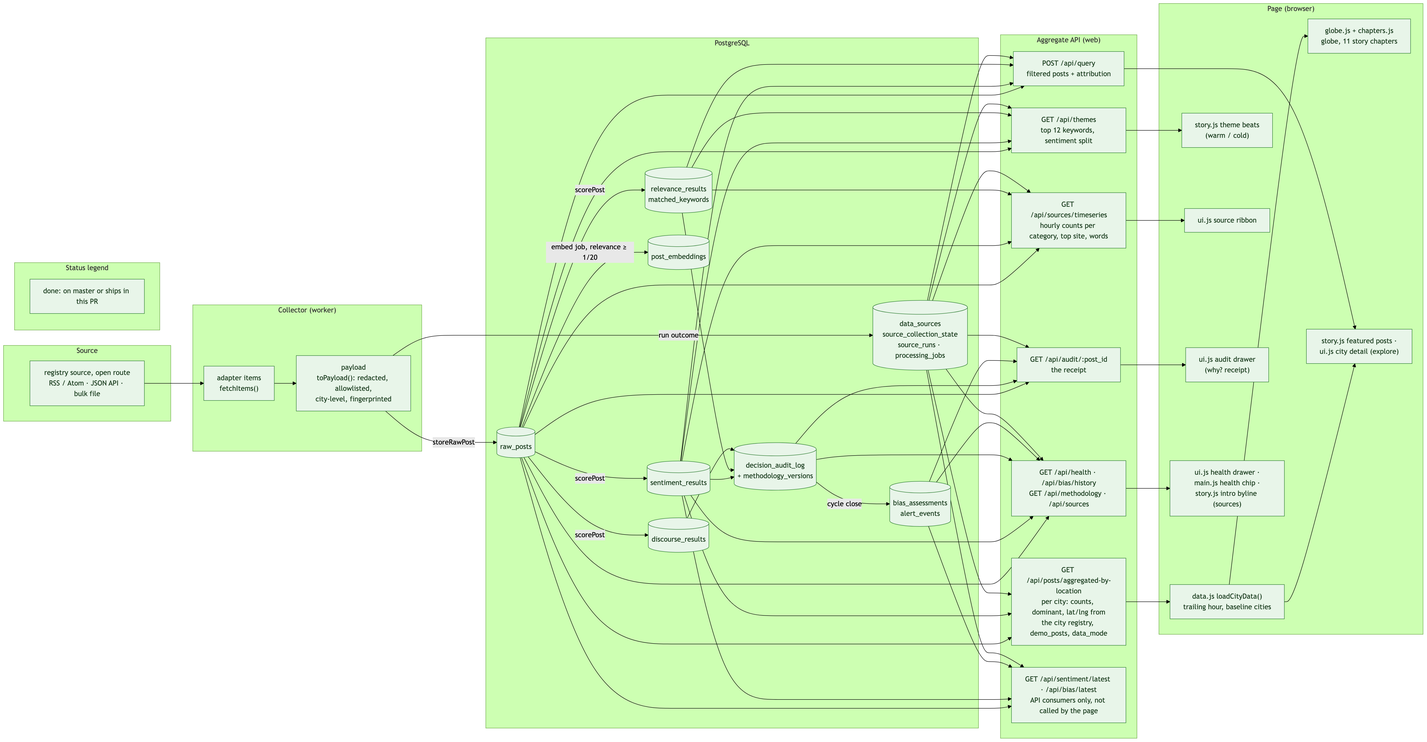
Earlier version of the Mermaid export docs/diagrams/flows/data-flow-live.png (jennifer-mckinney/pulse-of-ai). Its source is kept beside it as docs/diagrams/flows/data-flow-live.mmd.
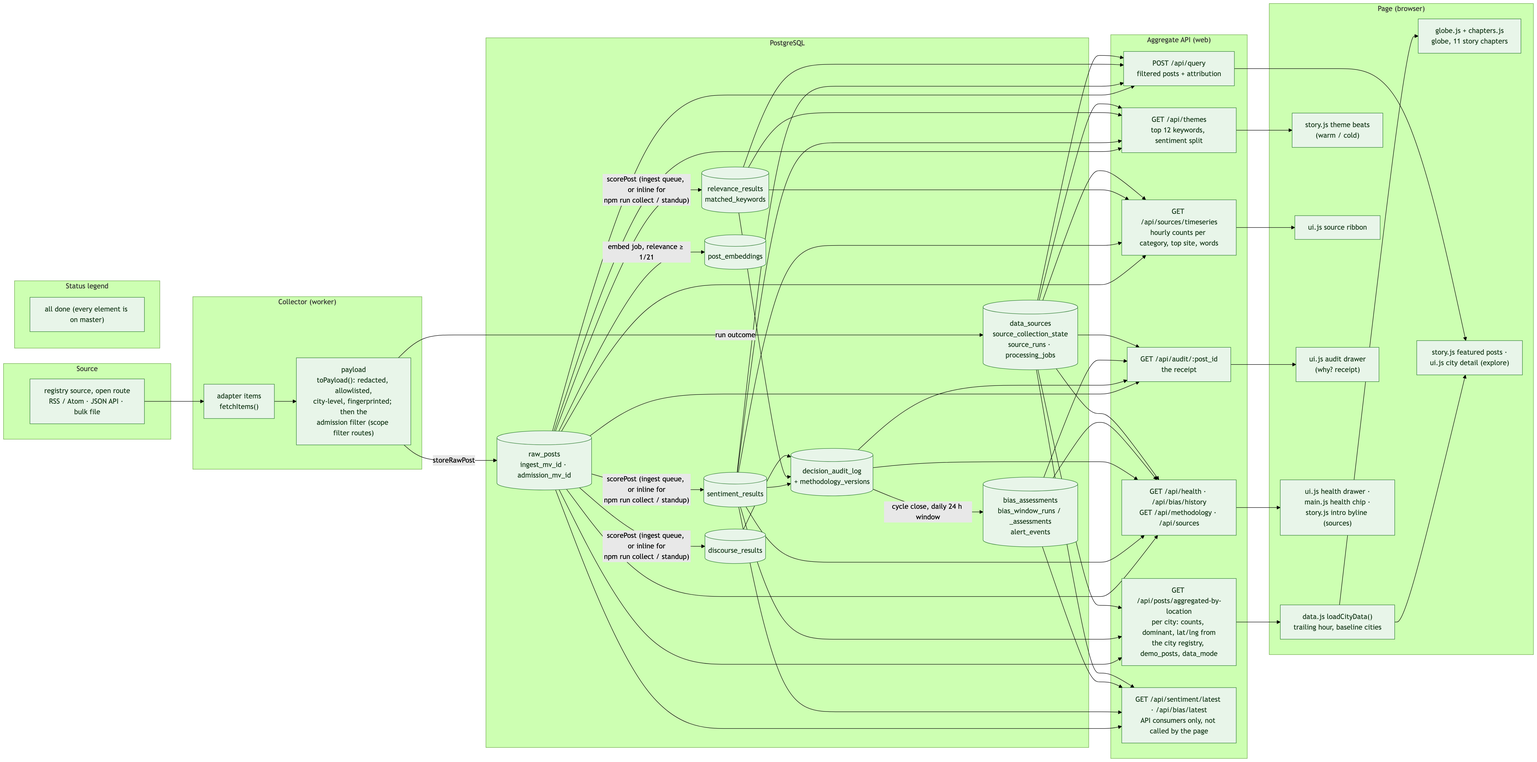
The same diagram one commit later.

Change to the diagram source:
```diff
@@ -8,19 +8,19 @@
   subgraph COL["Collector (worker)"]
     direction TB
     C1["adapter items<br/>fetchItems()"]:::done
-    C2["payload<br/>toPayload(): redacted, allowlisted,<br/>city-level, fingerprinted"]:::done
+    C2["payload<br/>toPayload(): redacted, allowlisted,<br/>city-level, fingerprinted; then the<br/>admission filter (scope filter routes)"]:::done
     C1 --> C2
   end
 
   subgraph DB["PostgreSQL"]
     direction TB
-    D1[("raw_posts")]:::done
+    D1[("raw_posts<br/>ingest_mv_id · admission_mv_id")]:::done
     D2[("sentiment_results")]:::done
     D3[("relevance_results<br/>matched_keywords")]:::done
     D4[("discourse_results")]:::done
     D5[("decision_audit_log<br/>+ methodology_versions")]:::done
     D6[("post_embeddings")]:::done
-    D7[("bias_assessments<br/>alert_events")]:::done
+    D7[("bias_assessments<br/>bias_window_runs / _assessments<br/>alert_events")]:::done
     D8[("data_sources<br/>source_collection_state<br/>source_runs · processing_jobs")]:::done
   end
 
@@ -47,15 +47,15 @@
   end
 
   subgraph LEGEND["Status legend"]
-    L1["done: on master or ships in this PR"]:::done
+    L1["all done (every element is on master)"]:::done
   end
 
   S1 --> C1
   C2 -- "storeRawPost" --> D1
-  D1 -- "scorePost" --> D2 & D3 & D4
+  D1 -- "scorePost (ingest queue, or inline for<br/>npm run collect / standup)" --> D2 & D3 & D4
   D2 & D3 & D4 --> D5
-  D1 -- "embed job, relevance ≥ 1/20" --> D6
-  D5 -- "cycle close" --> D7
+  D1 -- "embed job, relevance ≥ 1/21" --> D6
+  D5 -- "cycle close, daily 24 h window" --> D7
   C2 -- "run outcome" --> D8
 
   D1 & D2 & D8 --> A1
@@ -75,5 +75,4 @@
   A6 --> P7
 
   classDef done fill:#e8f5e9,stroke:#2e7d32,color:#1b3d1f
-  classDef wip fill:#fff8e1,stroke:#b7791f,color:#5c3d00,stroke-dasharray:5 3
   classDef planned fill:#f2f2f2,stroke:#8a8a8a,color:#4a4a4a,stroke-dasharray:2 3
```
